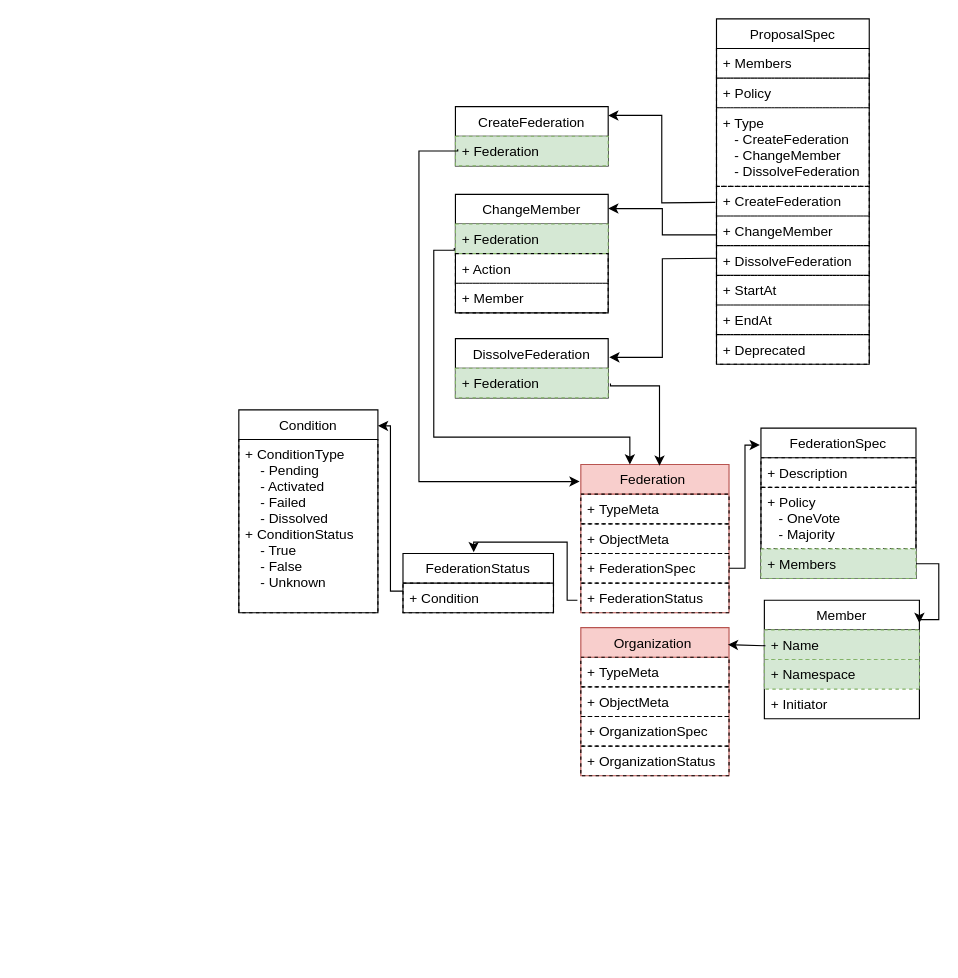
Above: dev_design/models-design/federation.drawio in bestchains/product-design (draw.io), before the change. Source tidied: cells renumbered, new cells numbered last; positions are measured from the earlier drawing's top-left corner, leaving out a move shared by most shapes. Both pictures are drawn from the tidied source at 114%, with x=0, y=0 at pixel (238, 18).
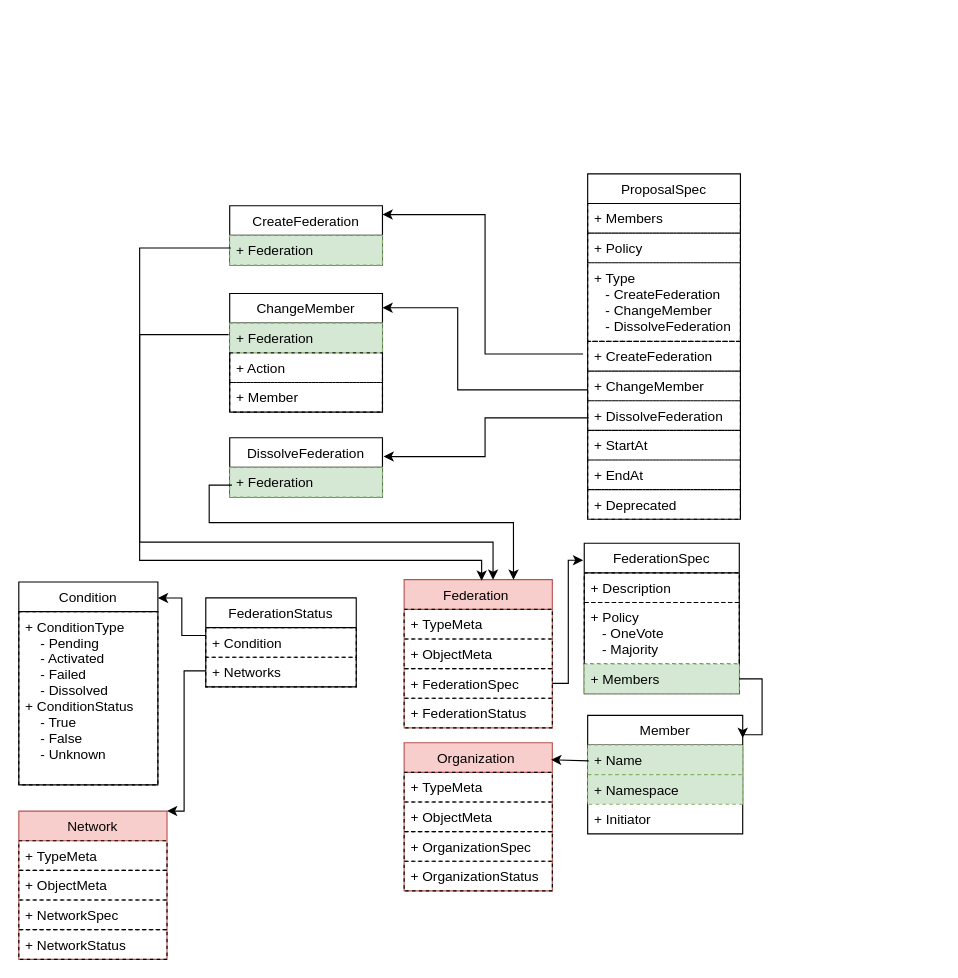
After the change.

Commit message (it also covers changes not shown here):
feat: add CRD Network design doc

The change refers to these unchanged cells:
```xml
<mxCell id="5" value="+ Members" style="text;strokeColor=#82b366;fillColor=#d5e8d4;align=left;verticalAlign=top;spacingLeft=4;spacingRight=4;overflow=hidden;points=[[0,0.5],[1,0.5]];portConstraint=eastwest;rounded=0;dashed=1;glass=0;" parent="2" vertex="1">
  <mxGeometry y="106" width="136" height="26" as="geometry" />
</mxCell>
<mxCell id="10" value="+ CreateFederation&#10;" style="text;strokeColor=#000000;fillColor=none;align=left;verticalAlign=top;spacingLeft=4;spacingRight=4;overflow=hidden;points=[[0,0.5],[1,0.5]];portConstraint=eastwest;rounded=0;dashed=1;glass=0;" parent="6" vertex="1">
  <mxGeometry y="147" width="134" height="26" as="geometry" />
</mxCell>
<mxCell id="11" value="+ ChangeMember&#10;" style="text;strokeColor=#000000;fillColor=none;align=left;verticalAlign=top;spacingLeft=4;spacingRight=4;overflow=hidden;points=[[0,0.5],[1,0.5]];portConstraint=eastwest;rounded=0;dashed=1;glass=0;" parent="6" vertex="1">
  <mxGeometry y="173" width="134" height="26" as="geometry" />
</mxCell>
<mxCell id="12" value="+ DissolveFederation" style="text;strokeColor=#000000;fillColor=none;align=left;verticalAlign=top;spacingLeft=4;spacingRight=4;overflow=hidden;points=[[0,0.5],[1,0.5]];portConstraint=eastwest;rounded=0;dashed=1;glass=0;" parent="6" vertex="1">
  <mxGeometry y="199" width="134" height="26" as="geometry" />
</mxCell>
<mxCell id="20" value="+ FederationStatus" style="text;strokeColor=#000000;fillColor=none;align=left;verticalAlign=top;spacingLeft=4;spacingRight=4;overflow=hidden;points=[[0,0.5],[1,0.5]];portConstraint=eastwest;rounded=0;dashed=1;glass=0;" parent="16" vertex="1">
  <mxGeometry y="104" width="130" height="26" as="geometry" />
</mxCell>
<mxCell id="29" value="+ Federation" style="text;strokeColor=#82b366;fillColor=#d5e8d4;align=left;verticalAlign=top;spacingLeft=4;spacingRight=4;overflow=hidden;points=[[0,0.5],[1,0.5]];portConstraint=eastwest;rounded=0;dashed=1;glass=0;" parent="28" vertex="1">
  <mxGeometry y="26" width="134" height="26" as="geometry" />
</mxCell>
<mxCell id="31" value="+ Federation" style="text;strokeColor=#82b366;fillColor=#d5e8d4;align=left;verticalAlign=top;spacingLeft=4;spacingRight=4;overflow=hidden;points=[[0,0.5],[1,0.5]];portConstraint=eastwest;rounded=0;dashed=1;glass=0;" parent="30" vertex="1">
  <mxGeometry y="26" width="134" height="26" as="geometry" />
</mxCell>
<mxCell id="35" value="+ Federation" style="text;strokeColor=#82b366;fillColor=#d5e8d4;align=left;verticalAlign=top;spacingLeft=4;spacingRight=4;overflow=hidden;points=[[0,0.5],[1,0.5]];portConstraint=eastwest;rounded=0;dashed=1;glass=0;" parent="34" vertex="1">
  <mxGeometry y="26" width="134" height="26" as="geometry" />
</mxCell>
```

Change to the diagram source:
```diff
@@
     <mxCell id="2" value="FederationSpec" style="swimlane;fontStyle=0;horizontal=1;startSize=26;fillColor=none;rounded=0;shadow=0;comic=0;swimlaneLine=1;glass=0;swimlaneFillColor=none;" parent="1" vertex="1">
-      <mxGeometry x="458" y="359" width="136" height="132" as="geometry" />
+      <mxGeometry x="303" y="460" width="136" height="132" as="geometry" />
     </mxCell>
@@
     <mxCell id="6" value="ProposalSpec" style="swimlane;fontStyle=0;horizontal=1;startSize=26;fillColor=none;rounded=0;shadow=0;comic=0;swimlaneLine=1;glass=0;swimlaneFillColor=none;" parent="1" vertex="1">
-      <mxGeometry x="419" width="134" height="303" as="geometry" />
+      <mxGeometry x="306" y="136" width="134" height="303" as="geometry" />
     </mxCell>
@@
     <mxCell id="16" value="Federation " style="swimlane;fontStyle=0;horizontal=1;startSize=26;fillColor=#f8cecc;rounded=0;shadow=0;comic=0;swimlaneLine=1;glass=0;swimlaneFillColor=none;strokeColor=#b85450;" parent="1" vertex="1">
-      <mxGeometry x="300" y="391" width="130" height="130" as="geometry" />
+      <mxGeometry x="145" y="492" width="130" height="130" as="geometry" />
     </mxCell>
@@
     <mxCell id="21" value="FederationStatus" style="swimlane;fontStyle=0;horizontal=1;startSize=26;fillColor=none;rounded=0;shadow=0;comic=0;swimlaneLine=1;glass=0;swimlaneFillColor=none;" parent="1" vertex="1">
-      <mxGeometry x="144" y="469" width="132" height="52" as="geometry" />
+      <mxGeometry x="-29" y="508" width="132" height="78" as="geometry" />
     </mxCell>
@@
+    <mxCell id="53" value="+ Networks&#10;" style="text;strokeColor=#000000;fillColor=none;align=left;verticalAlign=top;spacingLeft=4;spacingRight=4;overflow=hidden;points=[[0,0.5],[1,0.5]];portConstraint=eastwest;dashed=1;rounded=0;glass=0;" parent="21" vertex="1">
+      <mxGeometry y="52" width="132" height="26" as="geometry" />
+    </mxCell>
     <mxCell id="23" value="Organization " style="swimlane;fontStyle=0;horizontal=1;startSize=26;fillColor=#f8cecc;rounded=0;shadow=0;comic=0;swimlaneLine=1;glass=0;swimlaneFillColor=none;strokeColor=#b85450;" parent="1" vertex="1">
-      <mxGeometry x="300" y="534" width="130" height="130" as="geometry" />
+      <mxGeometry x="145" y="635" width="130" height="130" as="geometry" />
     </mxCell>
@@
     <mxCell id="28" value="CreateFederation" style="swimlane;fontStyle=0;horizontal=1;startSize=26;fillColor=none;rounded=0;shadow=0;comic=0;swimlaneLine=1;glass=0;swimlaneFillColor=none;" parent="1" vertex="1">
-      <mxGeometry x="190" y="77" width="134" height="52" as="geometry" />
+      <mxGeometry x="-8" y="164" width="134" height="52" as="geometry" />
     </mxCell>
@@
     <mxCell id="30" value="ChangeMember" style="swimlane;fontStyle=0;horizontal=1;startSize=26;fillColor=none;rounded=0;shadow=0;comic=0;swimlaneLine=1;glass=0;swimlaneFillColor=none;" parent="1" vertex="1">
-      <mxGeometry x="190" y="154" width="134" height="104" as="geometry" />
+      <mxGeometry x="-8" y="241" width="134" height="104" as="geometry" />
     </mxCell>
@@
     <mxCell id="34" value="DissolveFederation" style="swimlane;fontStyle=0;horizontal=1;startSize=26;fillColor=none;rounded=0;shadow=0;comic=0;swimlaneLine=1;glass=0;swimlaneFillColor=none;" parent="1" vertex="1">
-      <mxGeometry x="190" y="280.5" width="134" height="52" as="geometry" />
+      <mxGeometry x="-8" y="367.5" width="134" height="52" as="geometry" />
     </mxCell>
@@
     <mxCell id="36" style="edgeStyle=orthogonalEdgeStyle;rounded=0;jettySize=auto;html=1;entryX=1;entryY=0.192;entryDx=0;entryDy=0;entryPerimeter=0;" parent="1" edge="1" source="5" target="48">
       <mxGeometry relative="1" as="geometry">
         <Array as="points">
-          <mxPoint x="614" y="478" />
-          <mxPoint x="614" y="527" />
+          <mxPoint x="459" y="579" />
+          <mxPoint x="459" y="628" />
         </Array>
       </mxGeometry>
     </mxCell>
     <mxCell id="37" value="Condition" style="swimlane;fontStyle=0;horizontal=1;startSize=26;fillColor=none;rounded=0;shadow=0;comic=0;swimlaneLine=1;glass=0;swimlaneFillColor=none;" parent="1" vertex="1">
-      <mxGeometry y="343" width="122" height="178" as="geometry" />
+      <mxGeometry x="-193" y="494" width="122" height="178" as="geometry" />
     </mxCell>
@@
-    <mxCell id="39" style="endArrow=classic;html=1;rounded=0;exitX=0.015;exitY=0.442;exitDx=0;exitDy=0;exitPerimeter=0;entryX=-0.008;entryY=0.115;entryDx=0;entryDy=0;entryPerimeter=0;edgeStyle=orthogonalEdgeStyle;" parent="1" edge="1" source="29" target="16">
-      <mxGeometry relative="1" as="geometry">
-        <Array as="points">
-          <mxPoint x="158" y="116" />
-          <mxPoint x="158" y="406" />
-        </Array>
-      </mxGeometry>
-    </mxCell>
-    <mxCell id="40" style="endArrow=classic;html=1;rounded=0;edgeStyle=orthogonalEdgeStyle;" parent="1" edge="1">
-      <mxGeometry relative="1" as="geometry">
-        <mxPoint x="189" y="201" as="sourcePoint" />
-        <mxPoint x="343" y="391" as="targetPoint" />
-        <Array as="points">
-          <mxPoint x="171" y="203" />
-          <mxPoint x="171" y="367" />
-          <mxPoint x="343" y="367" />
-        </Array>
-      </mxGeometry>
-    </mxCell>
-    <mxCell id="41" style="endArrow=classic;html=1;rounded=0;edgeStyle=orthogonalEdgeStyle;entryX=0.531;entryY=0.008;entryDx=0;entryDy=0;entryPerimeter=0;" parent="1" edge="1" target="16">
-      <mxGeometry relative="1" as="geometry">
-        <mxPoint x="326" y="320" as="sourcePoint" />
-        <Array as="points">
-          <mxPoint x="326" y="322" />
-          <mxPoint x="369" y="322" />
-        </Array>
-      </mxGeometry>
-    </mxCell>
-    <mxCell id="42" style="endArrow=classic;html=1;rounded=0;entryX=0.47;entryY=-0.019;entryDx=0;entryDy=0;entryPerimeter=0;exitX=-0.023;exitY=0.577;exitDx=0;exitDy=0;exitPerimeter=0;edgeStyle=orthogonalEdgeStyle;" parent="1" edge="1" source="20" target="21">
-      <mxGeometry relative="1" as="geometry" />
-    </mxCell>
@@
-    <mxCell id="44" style="endArrow=classic;html=1;rounded=0;entryX=1;entryY=0.149;entryDx=0;entryDy=0;entryPerimeter=0;edgeStyle=orthogonalEdgeStyle;" parent="1" edge="1" target="28">
-      <mxGeometry relative="1" as="geometry">
-        <mxPoint x="418" y="161" as="sourcePoint" />
-      </mxGeometry>
+    <mxCell id="44" style="endArrow=classic;html=1;rounded=0;entryX=1;entryY=0.149;entryDx=0;entryDy=0;entryPerimeter=0;edgeStyle=orthogonalEdgeStyle;exitX=-0.03;exitY=0.423;exitDx=0;exitDy=0;exitPerimeter=0;" parent="1" edge="1" source="10" target="28">
+      <mxGeometry relative="1" as="geometry" />
     </mxCell>
     <mxCell id="45" style="endArrow=classic;html=1;rounded=0;exitX=0;exitY=0.635;exitDx=0;exitDy=0;exitPerimeter=0;entryX=1;entryY=0.12;entryDx=0;entryDy=0;entryPerimeter=0;edgeStyle=orthogonalEdgeStyle;" parent="1" edge="1" source="11" target="30">
-      <mxGeometry relative="1" as="geometry" />
+      <mxGeometry relative="1" as="geometry">
+        <Array as="points">
+          <mxPoint x="192" y="326" />
+          <mxPoint x="192" y="254" />
+        </Array>
+      </mxGeometry>
     </mxCell>
@@
-    <mxCell id="47" style="endArrow=classic;html=1;rounded=0;exitX=0;exitY=0.635;exitDx=0;exitDy=0;exitPerimeter=0;entryX=1.007;entryY=0.317;entryDx=0;entryDy=0;entryPerimeter=0;edgeStyle=orthogonalEdgeStyle;" parent="1" edge="1" target="34">
-      <mxGeometry relative="1" as="geometry">
-        <mxPoint x="419" y="210" as="sourcePoint" />
-      </mxGeometry>
+    <mxCell id="47" style="endArrow=classic;html=1;rounded=0;exitX=0.007;exitY=0.577;exitDx=0;exitDy=0;exitPerimeter=0;entryX=1.007;entryY=0.317;entryDx=0;entryDy=0;entryPerimeter=0;edgeStyle=orthogonalEdgeStyle;" parent="1" edge="1" source="12" target="34">
+      <mxGeometry relative="1" as="geometry" />
     </mxCell>
     <mxCell id="48" value="Member" style="swimlane;fontStyle=0;horizontal=1;startSize=26;fillColor=none;rounded=0;shadow=0;comic=0;swimlaneLine=1;glass=0;swimlaneFillColor=none;" parent="1" vertex="1">
-      <mxGeometry x="461" y="510" width="136" height="104" as="geometry" />
+      <mxGeometry x="306" y="611" width="136" height="104" as="geometry" />
     </mxCell>
@@
+    <mxCell id="54" value="Network" style="swimlane;fontStyle=0;horizontal=1;startSize=26;fillColor=#f8cecc;rounded=0;shadow=0;comic=0;swimlaneLine=1;glass=0;swimlaneFillColor=none;strokeColor=#b85450;" parent="1" vertex="1">
+      <mxGeometry x="-193" y="695" width="130" height="130" as="geometry" />
+    </mxCell>
+    <mxCell id="55" value="+ TypeMeta" style="text;strokeColor=#000000;fillColor=none;align=left;verticalAlign=top;spacingLeft=4;spacingRight=4;overflow=hidden;dashed=1;rounded=0;glass=0;" parent="54" vertex="1">
+      <mxGeometry y="26" width="130" height="26" as="geometry" />
+    </mxCell>
+    <mxCell id="56" value="+ ObjectMeta" style="text;strokeColor=#000000;fillColor=none;align=left;verticalAlign=top;spacingLeft=4;spacingRight=4;overflow=hidden;dashed=1;rounded=0;glass=0;" parent="54" vertex="1">
+      <mxGeometry y="52" width="130" height="26" as="geometry" />
+    </mxCell>
+    <mxCell id="57" value="+ NetworkSpec" style="text;strokeColor=#000000;fillColor=none;align=left;verticalAlign=top;spacingLeft=4;spacingRight=4;overflow=hidden;rounded=0;dashed=1;glass=0;" parent="54" vertex="1">
+      <mxGeometry y="78" width="130" height="26" as="geometry" />
+    </mxCell>
+    <mxCell id="58" value="+ NetworkStatus" style="text;strokeColor=#000000;fillColor=none;align=left;verticalAlign=top;spacingLeft=4;spacingRight=4;overflow=hidden;rounded=0;dashed=1;glass=0;" parent="54" vertex="1">
+      <mxGeometry y="104" width="130" height="26" as="geometry" />
+    </mxCell>
+    <mxCell id="59" style="endArrow=classic;html=1;exitX=0;exitY=0.462;exitDx=0;exitDy=0;exitPerimeter=0;edgeStyle=orthogonalEdgeStyle;rounded=0;" parent="1" edge="1" source="53" target="54">
+      <mxGeometry relative="1" as="geometry">
+        <Array as="points">
+          <mxPoint x="-48" y="572" />
+          <mxPoint x="-48" y="695" />
+        </Array>
+      </mxGeometry>
+    </mxCell>
+    <mxCell id="39" style="endArrow=classic;html=1;exitX=0.007;exitY=0.423;exitDx=0;exitDy=0;exitPerimeter=0;entryX=0.523;entryY=0.008;entryDx=0;entryDy=0;entryPerimeter=0;edgeStyle=orthogonalEdgeStyle;rounded=0;" parent="1" edge="1" source="29" target="16">
+      <mxGeometry relative="1" as="geometry">
+        <Array as="points">
+          <mxPoint x="-87" y="201" />
+          <mxPoint x="-87" y="475" />
+          <mxPoint x="213" y="475" />
+        </Array>
+      </mxGeometry>
+    </mxCell>
+    <mxCell id="60" style="endArrow=classic;html=1;exitX=-0.007;exitY=0.385;exitDx=0;exitDy=0;exitPerimeter=0;edgeStyle=orthogonalEdgeStyle;rounded=0;" parent="1" edge="1" source="31">
+      <mxGeometry relative="1" as="geometry">
+        <mxPoint x="223" y="492" as="targetPoint" />
+        <Array as="points">
+          <mxPoint x="-87" y="277" />
+          <mxPoint x="-87" y="459" />
+          <mxPoint x="223" y="459" />
+        </Array>
+      </mxGeometry>
+    </mxCell>
+    <mxCell id="61" style="endArrow=classic;html=1;rounded=0;exitX=0.015;exitY=0.596;exitDx=0;exitDy=0;exitPerimeter=0;entryX=0.738;entryY=0;entryDx=0;entryDy=0;entryPerimeter=0;edgeStyle=orthogonalEdgeStyle;" parent="1" edge="1" source="35" target="16">
+      <mxGeometry relative="1" as="geometry">
+        <Array as="points">
+          <mxPoint x="-26" y="409" />
+          <mxPoint x="-26" y="442" />
+          <mxPoint x="241" y="442" />
+        </Array>
+      </mxGeometry>
+    </mxCell>
```
